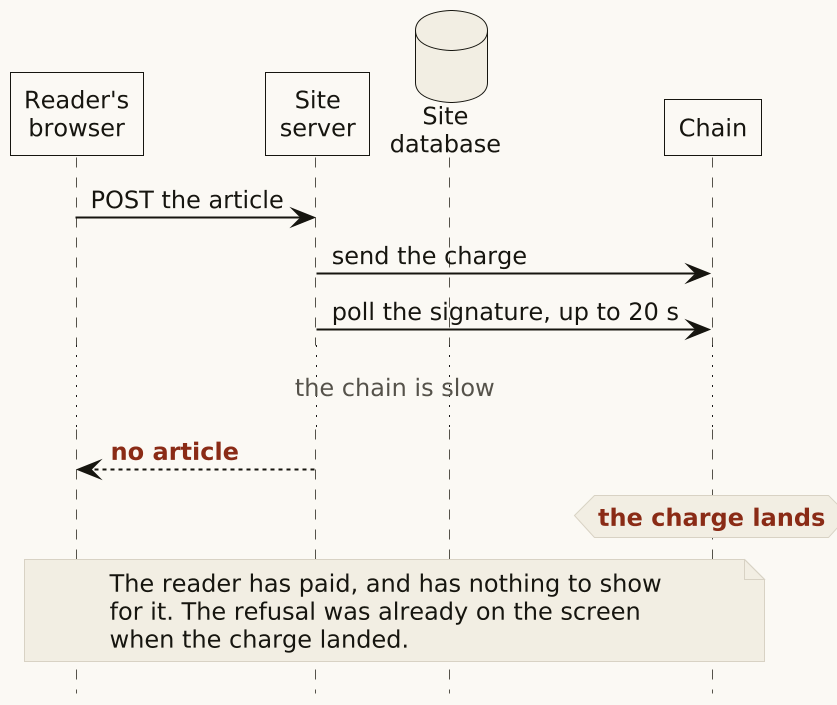
Earlier version of the PlantUML export public/assets/img/two-orderings-tidy-charge-light.png (wbreeze/sol-pay-demonstrator). Source of this version:
```plantuml
@startuml
!$theme = "light"
!include style.iuml
$lifelines()

B -> S : POST the article
S -> C : send the charge
S -> C : poll the signature, up to 20 s
... the chain is slow ...
S --> B : $wrong("no article")
hnote over C : $wrong("the charge lands")

note over B, C
  The reader has paid, and has nothing to show
  for it. The refusal was already on the screen
  when the charge landed.
end note
@enduml
```
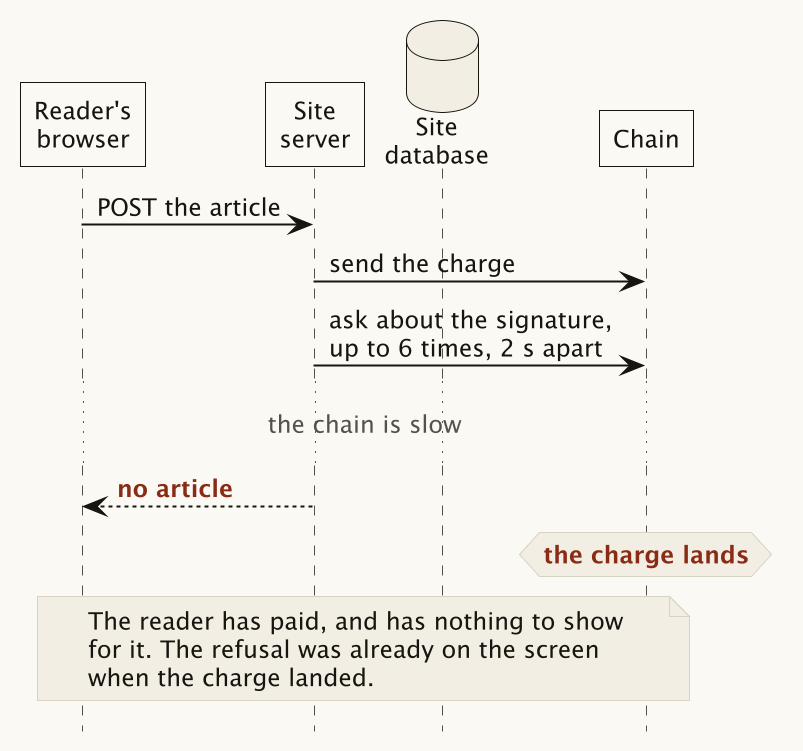
Later version of the same file.

Change to the diagram source:
```diff
@@ -5,7 +5,7 @@
 
 B -> S : POST the article
 S -> C : send the charge
-S -> C : poll the signature, up to 20 s
+S -> C : ask about the signature,\nup to 6 times, 2 s apart
 ... the chain is slow ...
 S --> B : $wrong("no article")
 hnote over C : $wrong("the charge lands")
```
